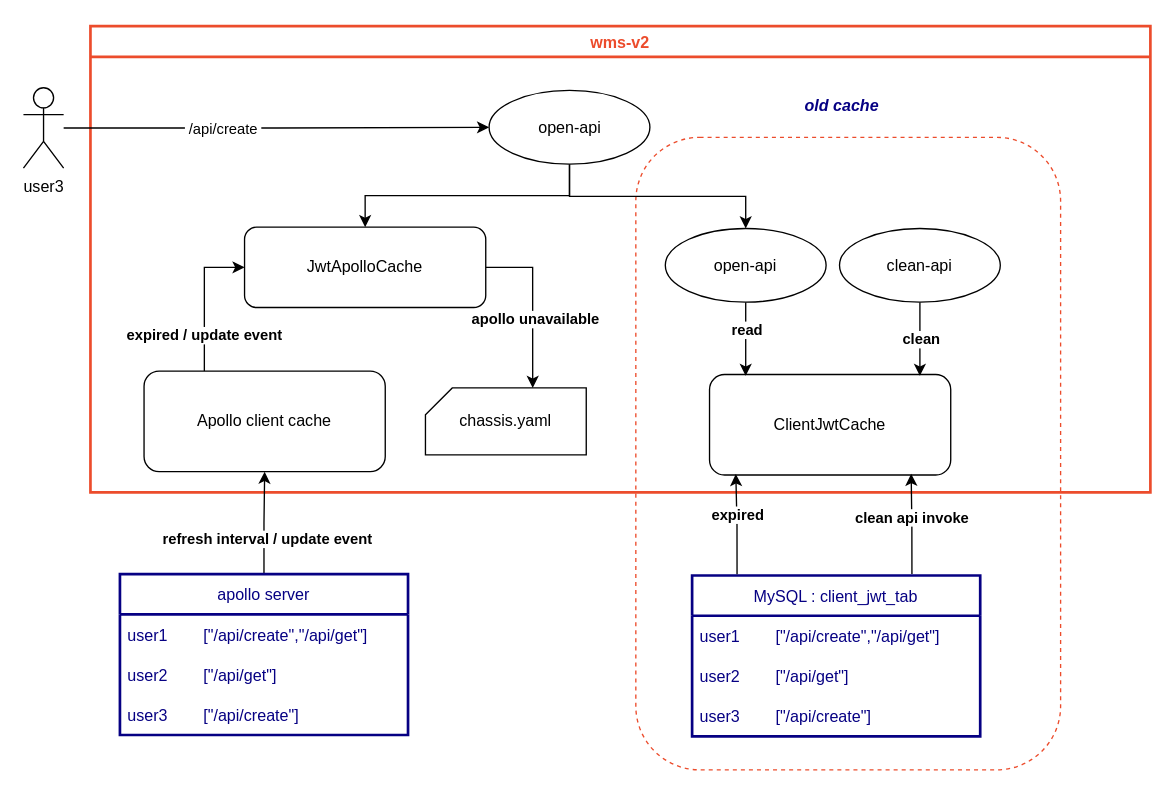
The draw.io diagram jwt-merge-desc.drawio in yindongjun/drawio-2, before the edit. Source tidied: cells renumbered, new cells numbered last; positions are measured from the earlier drawing's top-left corner, leaving out a move shared by most shapes. Both pictures are drawn from the tidied source at 134%, with x=0, y=0 at pixel (23, 25).
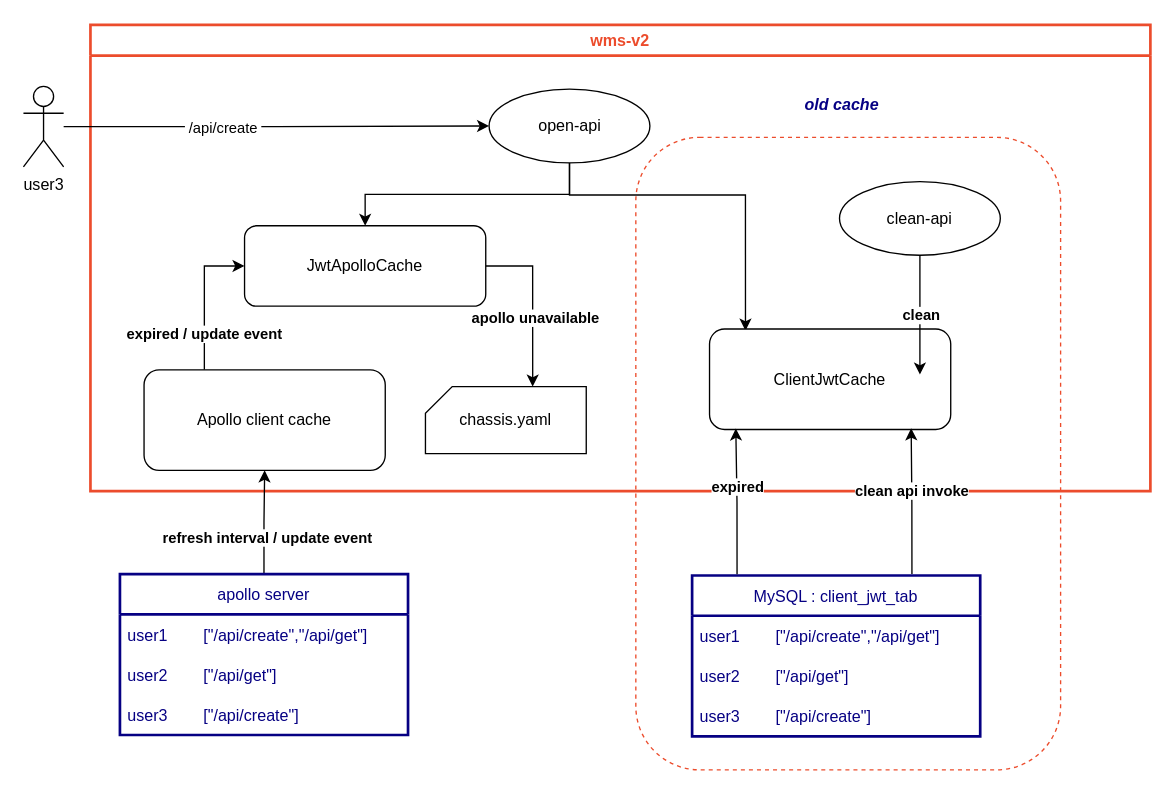
The same page after the edit.

Unchanged cells that the change refers to:
```xml
<mxCell id="8" value="open-api" style="ellipse;whiteSpace=wrap;html=1;" parent="3" vertex="1">
  <mxGeometry x="297.5" y="48" width="120" height="55" as="geometry" />
</mxCell>
```

The edit, as a diff of the source:
```diff
@@
     <mxCell id="3" value="wms-v2" style="swimlane;startSize=23;strokeColor=#EC4C2C;fontColor=#EC4C2C;strokeWidth=2;" parent="1" vertex="1">
-      <mxGeometry x="50" width="791" height="348" as="geometry" />
+      <mxGeometry x="50" y="-1" width="791" height="348" as="geometry" />
     </mxCell>
@@
-    <mxCell id="7" style="edgeStyle=orthogonalEdgeStyle;rounded=0;jettySize=auto;html=1;entryX=0.5;entryY=0;entryDx=0;entryDy=0;exitX=0.5;exitY=1;exitDx=0;exitDy=0;" parent="3" edge="1" source="8" target="16">
+    <mxCell id="7" style="edgeStyle=orthogonalEdgeStyle;rounded=0;jettySize=auto;html=1;entryX=0.149;entryY=0.017;entryDx=0;entryDy=0;exitX=0.5;exitY=1;exitDx=0;exitDy=0;entryPerimeter=0;" parent="3" edge="1" source="8" target="13">
       <mxGeometry relative="1" as="geometry">
         <Array as="points">
-          <mxPoint x="358" y="127" />
+          <mxPoint x="357" y="127" />
           <mxPoint x="489" y="127" />
         </Array>
       </mxGeometry>
     </mxCell>
@@
     <mxCell id="13" value="ClientJwtCache" style="rounded=1;whiteSpace=wrap;html=1;" parent="3" vertex="1">
-      <mxGeometry x="462" y="260" width="180" height="75" as="geometry" />
+      <mxGeometry x="462" y="227" width="180" height="75" as="geometry" />
     </mxCell>
-    <mxCell id="14" style="edgeStyle=orthogonalEdgeStyle;rounded=0;jettySize=auto;html=1;entryX=0.25;entryY=0;entryDx=0;entryDy=0;" parent="3" edge="1" source="16">
-      <mxGeometry relative="1" as="geometry">
-        <mxPoint x="489" y="261" as="targetPoint" />
-      </mxGeometry>
-    </mxCell>
-    <mxCell id="15" value="read" style="edgeLabel;html=1;align=center;verticalAlign=middle;fontStyle=1;" parent="14" vertex="1">
-      <mxGeometry x="-0.28" relative="1" as="geometry" />
-    </mxCell>
-    <mxCell id="16" value="open-api" style="ellipse;whiteSpace=wrap;html=1;" parent="3" vertex="1">
-      <mxGeometry x="429" y="151" width="120" height="55" as="geometry" />
-    </mxCell>
@@
     <mxCell id="18" value="clean-api" style="ellipse;whiteSpace=wrap;html=1;" parent="3" vertex="1">
-      <mxGeometry x="559" y="151" width="120" height="55" as="geometry" />
+      <mxGeometry x="559" y="117" width="120" height="55" as="geometry" />
     </mxCell>
@@
     <mxCell id="22" value="user3" style="shape=umlActor;verticalLabelPosition=bottom;verticalAlign=top;html=1;outlineConnect=0;" parent="1" vertex="1">
-      <mxGeometry y="46" width="30" height="60" as="geometry" />
+      <mxGeometry y="45" width="30" height="60" as="geometry" />
     </mxCell>
```
